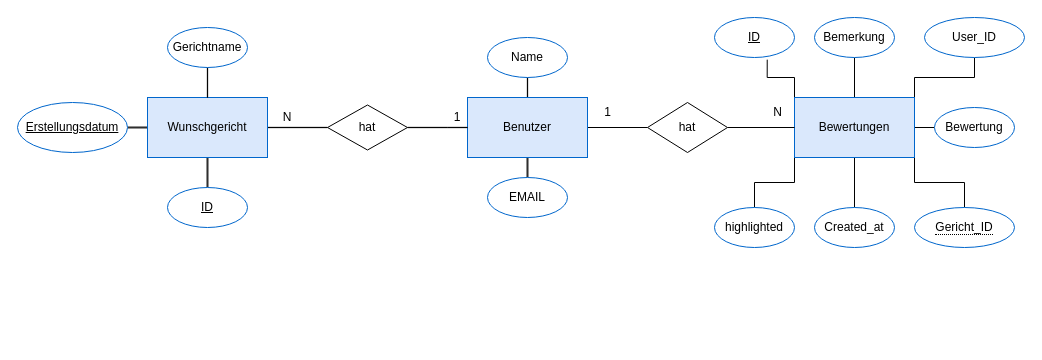
Before: beispiele/m6_a1.drawio in LuisDoc/E-Mensa_Werbeseite, a draw.io diagram. Source tidied: cells renumbered, new cells numbered last; positions are measured from the earlier drawing's top-left corner, leaving out a move shared by most shapes. Both pictures are drawn from the tidied source at 100%, with x=0, y=0 at pixel (17, 17).
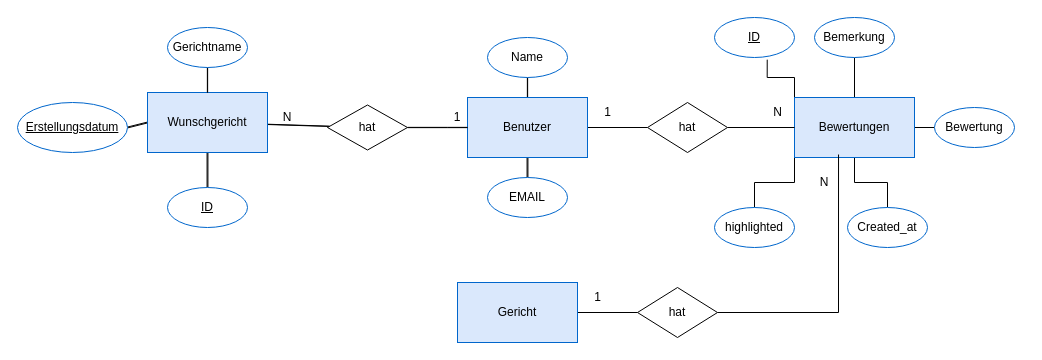
After the change.

The change refers to these unchanged cells:
```xml
<mxCell id="27" value="Bewertungen" style="rounded=0;whiteSpace=wrap;html=1;fillColor=#dae8fc;strokeColor=#0066CC;" parent="1" vertex="1">
  <mxGeometry x="777" y="80" width="120" height="60" as="geometry" />
</mxCell>
```

Change to the diagram source:
```diff
@@
     <mxCell id="5" value="Wunschgericht" style="rounded=0;whiteSpace=wrap;html=1;fillColor=#dae8fc;strokeColor=#0066CC;" parent="1" vertex="1">
-      <mxGeometry x="130" y="80" width="120" height="60" as="geometry" />
+      <mxGeometry x="130" y="75" width="120" height="60" as="geometry" />
     </mxCell>
@@
-    <mxCell id="23" style="edgeStyle=orthogonalEdgeStyle;rounded=0;jettySize=auto;html=1;exitX=1;exitY=1;exitDx=0;exitDy=0;entryX=0.5;entryY=0;entryDx=0;entryDy=0;endArrow=none;endFill=0;" parent="1" edge="1" source="27" target="37">
-      <mxGeometry relative="1" as="geometry" />
-    </mxCell>
@@
-    <mxCell id="25" style="edgeStyle=orthogonalEdgeStyle;rounded=0;jettySize=auto;html=1;exitX=1;exitY=0;exitDx=0;exitDy=0;entryX=0.5;entryY=1;entryDx=0;entryDy=0;endArrow=none;endFill=0;" parent="1" edge="1" source="27" target="38">
-      <mxGeometry relative="1" as="geometry" />
-    </mxCell>
@@
     <mxCell id="34" value="Created_at" style="ellipse;whiteSpace=wrap;html=1;strokeColor=#0066CC;" parent="1" vertex="1">
-      <mxGeometry x="797" y="190" width="80" height="40" as="geometry" />
+      <mxGeometry x="830" y="190" width="80" height="40" as="geometry" />
     </mxCell>
@@
-    <mxCell id="37" value="&lt;span style=&quot;border-bottom: 1px dotted&quot;&gt;Gericht_ID&lt;/span&gt;" style="ellipse;whiteSpace=wrap;html=1;align=center;strokeColor=#0066CC;" parent="1" vertex="1">
-      <mxGeometry x="897" y="190" width="100" height="40" as="geometry" />
-    </mxCell>
-    <mxCell id="38" value="User_ID" style="ellipse;whiteSpace=wrap;html=1;align=center;strokeColor=#0066CC;" parent="1" vertex="1">
-      <mxGeometry x="907" width="100" height="40" as="geometry" />
-    </mxCell>
+    <mxCell id="39" value="N" style="text;html=1;strokeColor=none;fillColor=none;align=center;verticalAlign=middle;whiteSpace=wrap;rounded=0;" parent="1" vertex="1">
+      <mxGeometry x="797" y="150" width="20" height="30" as="geometry" />
+    </mxCell>
+    <mxCell id="40" style="edgeStyle=orthogonalEdgeStyle;rounded=0;jettySize=auto;html=1;exitX=1;exitY=0.5;exitDx=0;exitDy=0;entryX=0;entryY=0.5;entryDx=0;entryDy=0;endArrow=none;endFill=0;" parent="1" edge="1" source="41" target="43">
+      <mxGeometry relative="1" as="geometry" />
+    </mxCell>
+    <mxCell id="41" value="Gericht" style="rounded=0;whiteSpace=wrap;html=1;fillColor=#dae8fc;strokeColor=#0066CC;" parent="1" vertex="1">
+      <mxGeometry x="440" y="265" width="120" height="60" as="geometry" />
+    </mxCell>
+    <mxCell id="42" style="edgeStyle=orthogonalEdgeStyle;rounded=0;jettySize=auto;html=1;exitX=1;exitY=0.5;exitDx=0;exitDy=0;entryX=0.367;entryY=0.95;entryDx=0;entryDy=0;entryPerimeter=0;endArrow=none;endFill=0;" parent="1" edge="1" source="43" target="27">
+      <mxGeometry relative="1" as="geometry" />
+    </mxCell>
+    <mxCell id="43" value="hat" style="shape=rhombus;perimeter=rhombusPerimeter;whiteSpace=wrap;html=1;align=center;" parent="1" vertex="1">
+      <mxGeometry x="620" y="270" width="80" height="50" as="geometry" />
+    </mxCell>
+    <mxCell id="44" value="1" style="text;html=1;align=center;verticalAlign=middle;strokeColor=none;fillColor=none;" parent="1" vertex="1">
+      <mxGeometry x="570" y="270" width="20" height="20" as="geometry" />
+    </mxCell>
```
